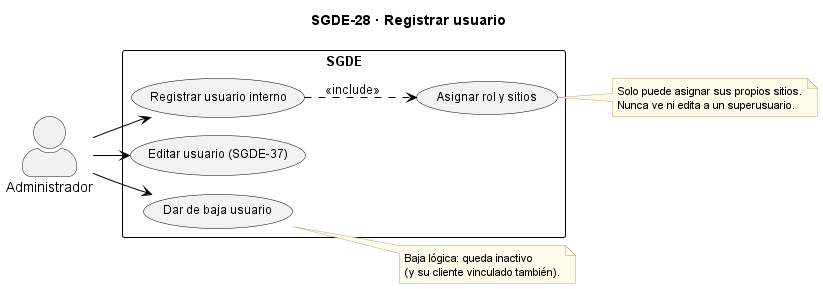
The PlantUML diagram docs/casos_uso_sgde/SGDE-28_Registrar_usuario.png in AndreCamx2/Gestion-De-Eventos, before a commit. The source it was exported from:
```plantuml
@startuml SGDE-28_Registrar_usuario
!pragma layout smetana
left to right direction
skinparam backgroundColor white
skinparam usecase {
  BackgroundColor #F2F2F2
  BorderColor black
  FontSize 12
}
skinparam rectangle {
  BorderColor black
  FontSize 13
  FontStyle bold
}
skinparam note {
  BackgroundColor #FFFBEA
  BorderColor #B8A86B
  FontSize 11
}
skinparam ArrowColor black
skinparam actorStyle awesome
title SGDE-28 · Registrar usuario

actor "Administrador" as AD

rectangle "SGDE" {
  usecase "Registrar usuario interno" as UC1
  usecase "Asignar rol y sitios" as UC2
  usecase "Editar usuario (SGDE-37)" as UC3
  usecase "Dar de baja usuario" as UC4
}

AD --> UC1
AD --> UC3
AD --> UC4
UC1 ..> UC2 : <<include>>

note right of UC2
  Solo puede asignar sus propios sitios.
  Nunca ve ni edita a un superusuario.
end note
note right of UC4
  Baja lógica: queda inactivo
  (y su cliente vinculado también).
end note
@enduml
```
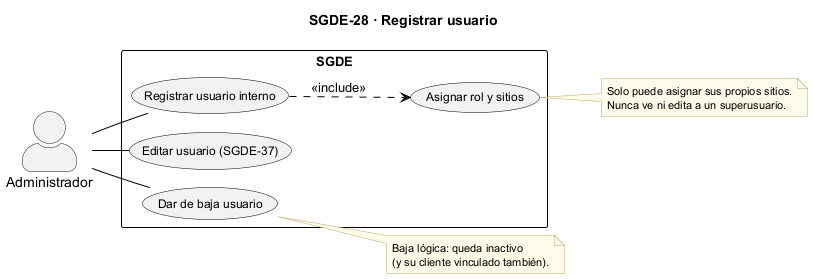
Later version of the same file.

Diff of the diagram source:
```diff
@@ -30,9 +30,9 @@
   usecase "Dar de baja usuario" as UC4
 }
 
-AD --> UC1
-AD --> UC3
-AD --> UC4
+AD -- UC1
+AD -- UC3
+AD -- UC4
 UC1 ..> UC2 : <<include>>
 
 note right of UC2
```
